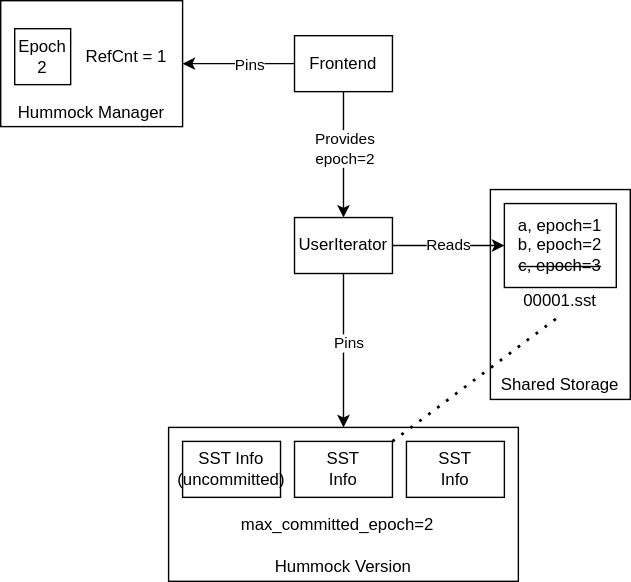
The draw.io diagram docs/images/state-store-overview/state-store-overview-04.svg in piedb-dev/piestream, before a commit. Source tidied: cells renumbered, new cells last; positions are measured from the earlier drawing's top-left corner, leaving out a move shared by most shapes. Its diagram source:
```xml
<mxGraphModel>
  <root>
    <mxCell id="0" />
    <mxCell id="1" parent="0" />
    <mxCell id="2" style="rounded=0;whiteSpace=wrap;html=1;" parent="1" vertex="1">
      <mxGeometry x="350" y="135" width="100" height="150" as="geometry" />
    </mxCell>
    <mxCell id="3" style="rounded=0;whiteSpace=wrap;html=1;" parent="1" vertex="1">
      <mxGeometry x="120" y="305" width="250" height="110" as="geometry" />
    </mxCell>
    <mxCell id="4" value="SST Info&lt;br&gt;(uncommitted)" style="rounded=0;whiteSpace=wrap;html=1;" parent="1" vertex="1">
      <mxGeometry x="130" y="315" width="70" height="40" as="geometry" />
    </mxCell>
    <mxCell id="5" value="SST&lt;br&gt;Info" style="rounded=0;whiteSpace=wrap;html=1;" parent="1" vertex="1">
      <mxGeometry x="210" y="315" width="70" height="40" as="geometry" />
    </mxCell>
    <mxCell id="6" value="SST&lt;br&gt;Info" style="rounded=0;whiteSpace=wrap;html=1;" parent="1" vertex="1">
      <mxGeometry x="290" y="315" width="70" height="40" as="geometry" />
    </mxCell>
    <mxCell id="7" value="Hummock Version" style="text;html=1;strokeColor=none;fillColor=none;align=center;verticalAlign=middle;whiteSpace=wrap;rounded=0;" parent="1" vertex="1">
      <mxGeometry x="120" y="395" width="250" height="20" as="geometry" />
    </mxCell>
    <mxCell id="8" style="rounded=0;jettySize=auto;html=1;entryX=0.5;entryY=0;entryDx=0;entryDy=0;" parent="1" edge="1" source="11" target="3">
      <mxGeometry relative="1" as="geometry" />
    </mxCell>
    <mxCell id="9" value="Pins" style="edgeLabel;html=1;align=center;verticalAlign=middle;" parent="8" vertex="1">
      <mxGeometry x="-0.11" y="3" relative="1" as="geometry" />
    </mxCell>
    <mxCell id="10" value="Reads" style="edgeStyle=none;rounded=0;jettySize=auto;html=1;entryX=0;entryY=0.5;entryDx=0;entryDy=0;" parent="1" edge="1" source="11" target="12">
      <mxGeometry relative="1" as="geometry" />
    </mxCell>
    <mxCell id="11" value="UserIterator" style="rounded=0;whiteSpace=wrap;html=1;" parent="1" vertex="1">
      <mxGeometry x="210" y="155" width="70" height="40" as="geometry" />
    </mxCell>
    <mxCell id="12" value="a, epoch=1&lt;br&gt;b, epoch=2&lt;br&gt;&lt;strike&gt;c, epoch=3&lt;/strike&gt;" style="rounded=0;whiteSpace=wrap;html=1;" parent="1" vertex="1">
      <mxGeometry x="360" y="145" width="80" height="60" as="geometry" />
    </mxCell>
    <mxCell id="13" value="max_committed_epoch=2" style="text;html=1;strokeColor=none;fillColor=none;align=left;verticalAlign=middle;whiteSpace=wrap;rounded=0;" parent="1" vertex="1">
      <mxGeometry x="170" y="365" width="110" height="20" as="geometry" />
    </mxCell>
    <mxCell id="14" value="Shared Storage" style="text;html=1;strokeColor=none;fillColor=none;align=center;verticalAlign=middle;whiteSpace=wrap;rounded=0;" parent="1" vertex="1">
      <mxGeometry x="350" y="265" width="100" height="20" as="geometry" />
    </mxCell>
    <mxCell id="15" value="00001.sst" style="text;html=1;strokeColor=none;fillColor=none;align=center;verticalAlign=middle;whiteSpace=wrap;rounded=0;" parent="1" vertex="1">
      <mxGeometry x="350" y="205" width="100" height="20" as="geometry" />
    </mxCell>
    <mxCell id="16" style="endArrow=none;dashed=1;html=1;dashPattern=1 3;strokeWidth=2;rounded=0;entryX=0.5;entryY=1;entryDx=0;entryDy=0;exitX=1;exitY=0;exitDx=0;exitDy=0;" parent="1" edge="1" source="5" target="15">
      <mxGeometry relative="1" as="geometry" />
    </mxCell>
    <mxCell id="17" style="edgeStyle=none;rounded=0;jettySize=auto;html=1;entryX=1;entryY=0.5;entryDx=0;entryDy=0;" parent="1" edge="1" source="21" target="22">
      <mxGeometry relative="1" as="geometry" />
    </mxCell>
    <mxCell id="18" value="Pins" style="edgeLabel;html=1;align=center;verticalAlign=middle;" parent="17" vertex="1">
      <mxGeometry x="-0.17" relative="1" as="geometry" />
    </mxCell>
    <mxCell id="19" style="edgeStyle=none;rounded=0;jettySize=auto;html=1;entryX=0.5;entryY=0;entryDx=0;entryDy=0;" parent="1" edge="1" source="21" target="11">
      <mxGeometry relative="1" as="geometry" />
    </mxCell>
    <mxCell id="20" value="Provides&lt;br&gt;epoch=2" style="edgeLabel;html=1;align=center;verticalAlign=middle;" parent="19" vertex="1">
      <mxGeometry x="-0.31" y="3" relative="1" as="geometry">
        <mxPoint x="-3" y="9" as="offset" />
      </mxGeometry>
    </mxCell>
    <mxCell id="21" value="Frontend" style="rounded=0;whiteSpace=wrap;html=1;" parent="1" vertex="1">
      <mxGeometry x="210" y="25" width="70" height="40" as="geometry" />
    </mxCell>
    <mxCell id="22" style="rounded=0;whiteSpace=wrap;html=1;" parent="1" vertex="1">
      <mxGeometry width="130" height="90" as="geometry" />
    </mxCell>
    <mxCell id="23" value="Hummock Manager" style="text;html=1;strokeColor=none;fillColor=none;align=center;verticalAlign=middle;whiteSpace=wrap;rounded=0;" parent="1" vertex="1">
      <mxGeometry y="70" width="130" height="20" as="geometry" />
    </mxCell>
    <mxCell id="24" value="Epoch&lt;br&gt;2" style="rounded=0;whiteSpace=wrap;html=1;" parent="1" vertex="1">
      <mxGeometry x="10" y="20" width="40" height="40" as="geometry" />
    </mxCell>
    <mxCell id="25" value="RefCnt = 1" style="text;html=1;strokeColor=none;fillColor=none;align=center;verticalAlign=middle;whiteSpace=wrap;rounded=0;" parent="1" vertex="1">
      <mxGeometry x="60" y="25" width="60" height="30" as="geometry" />
    </mxCell>
  </root>
</mxGraphModel>
```
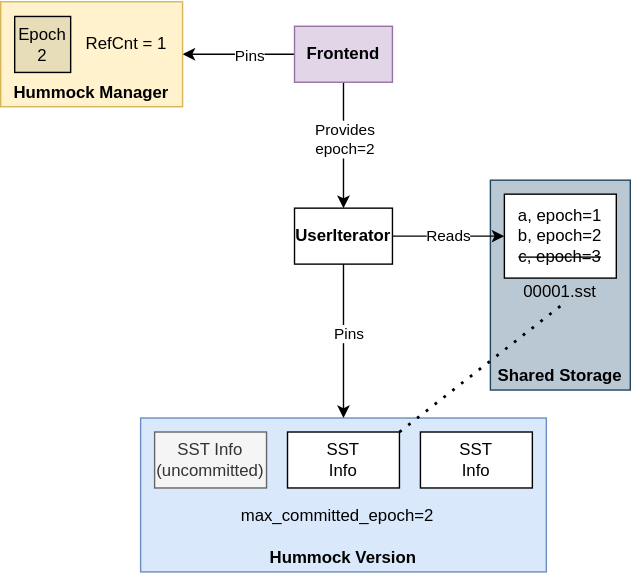
Above is the later version.

What changed in the source:
```diff
@@ -2,22 +2,22 @@
   <root>
     <mxCell id="0" />
     <mxCell id="1" parent="0" />
-    <mxCell id="2" style="rounded=0;whiteSpace=wrap;html=1;" parent="1" vertex="1">
+    <mxCell id="2" style="rounded=0;whiteSpace=wrap;html=1;fillColor=#bac8d3;strokeColor=#23445d;" parent="1" vertex="1">
       <mxGeometry x="350" y="135" width="100" height="150" as="geometry" />
     </mxCell>
-    <mxCell id="3" style="rounded=0;whiteSpace=wrap;html=1;" parent="1" vertex="1">
-      <mxGeometry x="120" y="305" width="250" height="110" as="geometry" />
+    <mxCell id="3" style="rounded=0;whiteSpace=wrap;html=1;fillColor=#DAE8FC;strokeColor=#6c8ebf;" parent="1" vertex="1">
+      <mxGeometry x="100" y="305" width="290" height="110" as="geometry" />
     </mxCell>
-    <mxCell id="4" value="SST Info&lt;br&gt;(uncommitted)" style="rounded=0;whiteSpace=wrap;html=1;" parent="1" vertex="1">
-      <mxGeometry x="130" y="315" width="70" height="40" as="geometry" />
+    <mxCell id="4" value="SST Info&lt;br&gt;(uncommitted)" style="rounded=0;whiteSpace=wrap;html=1;fillColor=#f5f5f5;fontColor=#333333;strokeColor=#666666;" parent="1" vertex="1">
+      <mxGeometry x="110" y="315" width="80" height="40" as="geometry" />
     </mxCell>
     <mxCell id="5" value="SST&lt;br&gt;Info" style="rounded=0;whiteSpace=wrap;html=1;" parent="1" vertex="1">
-      <mxGeometry x="210" y="315" width="70" height="40" as="geometry" />
+      <mxGeometry x="205" y="315" width="80" height="40" as="geometry" />
     </mxCell>
     <mxCell id="6" value="SST&lt;br&gt;Info" style="rounded=0;whiteSpace=wrap;html=1;" parent="1" vertex="1">
-      <mxGeometry x="290" y="315" width="70" height="40" as="geometry" />
+      <mxGeometry x="300" y="315" width="80" height="40" as="geometry" />
     </mxCell>
-    <mxCell id="7" value="Hummock Version" style="text;html=1;strokeColor=none;fillColor=none;align=center;verticalAlign=middle;whiteSpace=wrap;rounded=0;" parent="1" vertex="1">
+    <mxCell id="7" value="&lt;b&gt;Hummock Version&lt;/b&gt;" style="text;html=1;strokeColor=none;fillColor=none;align=center;verticalAlign=middle;whiteSpace=wrap;rounded=0;" parent="1" vertex="1">
       <mxGeometry x="120" y="395" width="250" height="20" as="geometry" />
     </mxCell>
     <mxCell id="8" style="rounded=0;jettySize=auto;html=1;entryX=0.5;entryY=0;entryDx=0;entryDy=0;" parent="1" edge="1" source="11" target="3">
@@ -29,7 +29,7 @@
     <mxCell id="10" value="Reads" style="edgeStyle=none;rounded=0;jettySize=auto;html=1;entryX=0;entryY=0.5;entryDx=0;entryDy=0;" parent="1" edge="1" source="11" target="12">
       <mxGeometry relative="1" as="geometry" />
     </mxCell>
-    <mxCell id="11" value="UserIterator" style="rounded=0;whiteSpace=wrap;html=1;" parent="1" vertex="1">
+    <mxCell id="11" value="&lt;b&gt;UserIterator&lt;/b&gt;" style="rounded=0;whiteSpace=wrap;html=1;" parent="1" vertex="1">
       <mxGeometry x="210" y="155" width="70" height="40" as="geometry" />
     </mxCell>
     <mxCell id="12" value="a, epoch=1&lt;br&gt;b, epoch=2&lt;br&gt;&lt;strike&gt;c, epoch=3&lt;/strike&gt;" style="rounded=0;whiteSpace=wrap;html=1;" parent="1" vertex="1">
@@ -38,7 +38,7 @@
     <mxCell id="13" value="max_committed_epoch=2" style="text;html=1;strokeColor=none;fillColor=none;align=left;verticalAlign=middle;whiteSpace=wrap;rounded=0;" parent="1" vertex="1">
       <mxGeometry x="170" y="365" width="110" height="20" as="geometry" />
     </mxCell>
-    <mxCell id="14" value="Shared Storage" style="text;html=1;strokeColor=none;fillColor=none;align=center;verticalAlign=middle;whiteSpace=wrap;rounded=0;" parent="1" vertex="1">
+    <mxCell id="14" value="&lt;b&gt;Shared Storage&lt;/b&gt;" style="text;html=1;strokeColor=none;fillColor=none;align=center;verticalAlign=middle;whiteSpace=wrap;rounded=0;" parent="1" vertex="1">
       <mxGeometry x="350" y="265" width="100" height="20" as="geometry" />
     </mxCell>
     <mxCell id="15" value="00001.sst" style="text;html=1;strokeColor=none;fillColor=none;align=center;verticalAlign=middle;whiteSpace=wrap;rounded=0;" parent="1" vertex="1">
@@ -61,20 +61,20 @@
         <mxPoint x="-3" y="9" as="offset" />
       </mxGeometry>
     </mxCell>
-    <mxCell id="21" value="Frontend" style="rounded=0;whiteSpace=wrap;html=1;" parent="1" vertex="1">
+    <mxCell id="21" value="Frontend" style="rounded=0;whiteSpace=wrap;html=1;fillColor=#e1d5e7;strokeColor=#9673a6;fontStyle=1;" parent="1" vertex="1">
       <mxGeometry x="210" y="25" width="70" height="40" as="geometry" />
     </mxCell>
-    <mxCell id="22" style="rounded=0;whiteSpace=wrap;html=1;" parent="1" vertex="1">
-      <mxGeometry width="130" height="90" as="geometry" />
+    <mxCell id="22" style="rounded=0;whiteSpace=wrap;html=1;fillColor=#fff2cc;strokeColor=#d6b656;" parent="1" vertex="1">
+      <mxGeometry y="7.5" width="130" height="75" as="geometry" />
     </mxCell>
-    <mxCell id="23" value="Hummock Manager" style="text;html=1;strokeColor=none;fillColor=none;align=center;verticalAlign=middle;whiteSpace=wrap;rounded=0;" parent="1" vertex="1">
-      <mxGeometry y="70" width="130" height="20" as="geometry" />
+    <mxCell id="23" value="Hummock Manager" style="text;html=1;strokeColor=none;fillColor=none;align=center;verticalAlign=middle;whiteSpace=wrap;rounded=0;fontStyle=1;" parent="1" vertex="1">
+      <mxGeometry y="63" width="130" height="20" as="geometry" />
     </mxCell>
-    <mxCell id="24" value="Epoch&lt;br&gt;2" style="rounded=0;whiteSpace=wrap;html=1;" parent="1" vertex="1">
-      <mxGeometry x="10" y="20" width="40" height="40" as="geometry" />
+    <mxCell id="24" value="Epoch&lt;br&gt;2" style="rounded=0;whiteSpace=wrap;html=1;fillColor=#E8DDB9;" parent="1" vertex="1">
+      <mxGeometry x="10" y="18" width="40" height="40" as="geometry" />
     </mxCell>
     <mxCell id="25" value="RefCnt = 1" style="text;html=1;strokeColor=none;fillColor=none;align=center;verticalAlign=middle;whiteSpace=wrap;rounded=0;" parent="1" vertex="1">
-      <mxGeometry x="60" y="25" width="60" height="30" as="geometry" />
+      <mxGeometry x="60" y="23" width="60" height="30" as="geometry" />
     </mxCell>
   </root>
 </mxGraphModel>
```
